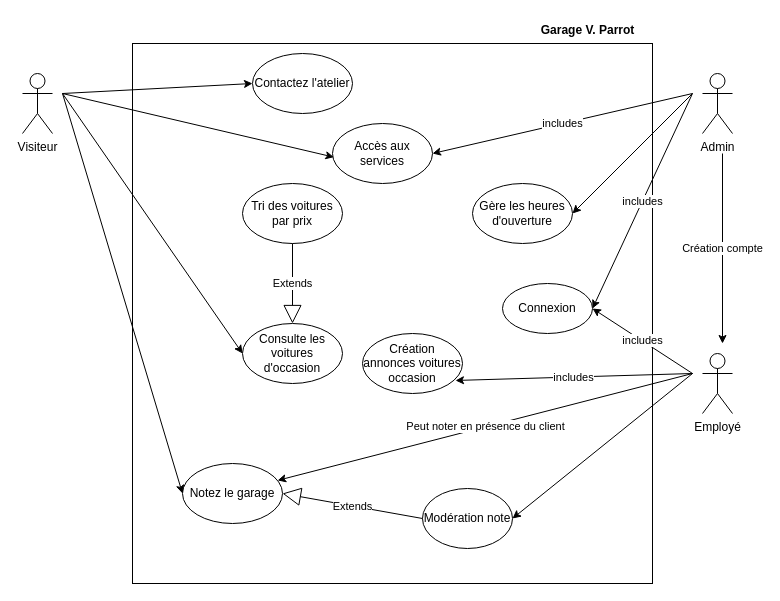
This is documents_complementaires/Diagram/Diagram_utilisation.drawio from Damtab83/my_garage_ecf, a draw.io file, before an edit. Source tidied: cells renumbered, new cells numbered last; positions are measured from the earlier drawing's top-left corner, leaving out a move shared by most shapes. Both pictures are drawn from the tidied source at 100%, with x=0, y=0 at pixel (22, 17).
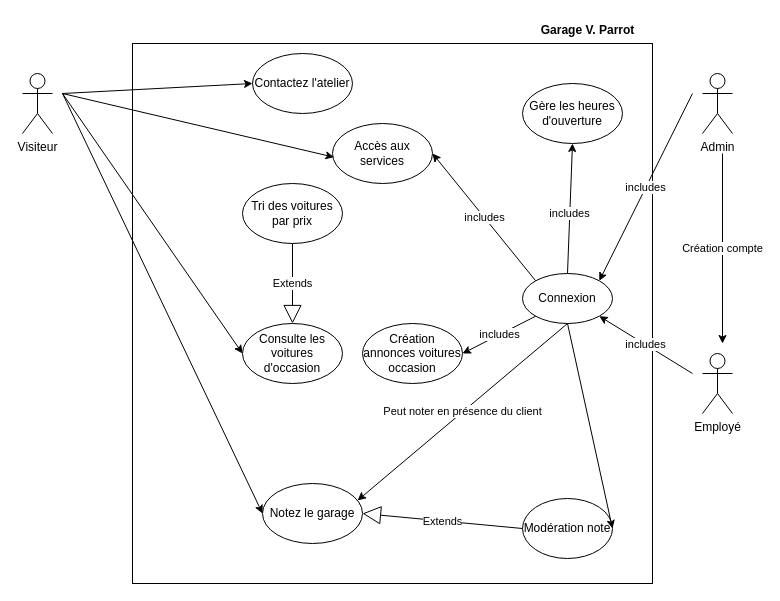
The same page after the edit.

Commit message (it also covers changes not shown here):
Modified User & Diagram, created Dockerfile for testing

Unchanged cells that the change refers to:
```xml
<mxCell id="4" value="Accès aux services" style="ellipse;whiteSpace=wrap;html=1;" parent="1" vertex="1">
  <mxGeometry x="310" y="106" width="100" height="60" as="geometry" />
</mxCell>
```

Change to the diagram source:
```diff
@@
     <mxCell id="9" value="Notez le garage" style="ellipse;whiteSpace=wrap;html=1;" parent="1" vertex="1">
-      <mxGeometry x="160" y="446" width="100" height="60" as="geometry" />
+      <mxGeometry x="240" y="466" width="100" height="60" as="geometry" />
     </mxCell>
@@
     <mxCell id="16" value="Gère les heures d'ouverture" style="ellipse;whiteSpace=wrap;html=1;" parent="1" vertex="1">
-      <mxGeometry x="450" y="166" width="100" height="60" as="geometry" />
+      <mxGeometry x="500" y="66" width="100" height="60" as="geometry" />
     </mxCell>
-    <mxCell id="17" style="endArrow=classic;html=1;rounded=0;entryX=1;entryY=0.5;entryDx=0;entryDy=0;" parent="1" edge="1" target="16">
-      <mxGeometry relative="1" as="geometry">
-        <mxPoint x="670" y="76" as="sourcePoint" />
-      </mxGeometry>
+    <mxCell id="17" style="endArrow=classic;html=1;rounded=0;entryX=0.5;entryY=1;entryDx=0;entryDy=0;exitX=0.5;exitY=0;exitDx=0;exitDy=0;" parent="1" edge="1" source="18" target="16">
+      <mxGeometry relative="1" as="geometry" />
     </mxCell>
+    <mxCell id="31" value="includes" style="edgeLabel;html=1;align=center;verticalAlign=middle;" parent="17" vertex="1">
+      <mxGeometry x="-0.06" y="1" relative="1" as="geometry" />
+    </mxCell>
     <mxCell id="18" value="Connexion" style="ellipse;whiteSpace=wrap;html=1;" parent="1" vertex="1">
-      <mxGeometry x="480" y="266" width="90" height="50" as="geometry" />
+      <mxGeometry x="500" y="256" width="90" height="50" as="geometry" />
     </mxCell>
-    <mxCell id="19" value="includes" style="endArrow=classic;html=1;rounded=0;entryX=1;entryY=0.5;entryDx=0;entryDy=0;" parent="1" edge="1" target="4">
-      <mxGeometry relative="1" as="geometry">
-        <mxPoint x="670" y="76" as="sourcePoint" />
-      </mxGeometry>
+    <mxCell id="19" value="includes" style="endArrow=classic;html=1;rounded=0;entryX=1;entryY=0.5;entryDx=0;entryDy=0;exitX=0;exitY=0;exitDx=0;exitDy=0;" parent="1" edge="1" source="18" target="4">
+      <mxGeometry relative="1" as="geometry" />
     </mxCell>
     <mxCell id="20" value="Modération note" style="ellipse;whiteSpace=wrap;html=1;" parent="1" vertex="1">
-      <mxGeometry x="400" y="471" width="90" height="60" as="geometry" />
+      <mxGeometry x="500" y="481" width="90" height="60" as="geometry" />
     </mxCell>
-    <mxCell id="21" style="endArrow=classic;html=1;rounded=0;entryX=1;entryY=0.5;entryDx=0;entryDy=0;" parent="1" edge="1" target="20">
-      <mxGeometry relative="1" as="geometry">
-        <mxPoint x="670" y="356" as="sourcePoint" />
-      </mxGeometry>
+    <mxCell id="21" style="endArrow=classic;html=1;rounded=0;entryX=1;entryY=0.5;entryDx=0;entryDy=0;exitX=0.5;exitY=1;exitDx=0;exitDy=0;" parent="1" edge="1" source="18" target="20">
+      <mxGeometry relative="1" as="geometry" />
     </mxCell>
@@
-    <mxCell id="23" value="includes" style="endArrow=classic;html=1;rounded=0;entryX=0.93;entryY=0.783;entryDx=0;entryDy=0;entryPerimeter=0;" parent="1" edge="1" target="30">
-      <mxGeometry relative="1" as="geometry">
-        <mxPoint x="670" y="356" as="sourcePoint" />
-      </mxGeometry>
+    <mxCell id="23" value="includes" style="endArrow=classic;html=1;rounded=0;entryX=1;entryY=0.5;entryDx=0;entryDy=0;exitX=0;exitY=1;exitDx=0;exitDy=0;" parent="1" edge="1" source="18" target="30">
+      <mxGeometry relative="1" as="geometry" />
     </mxCell>
-    <mxCell id="24" value="includes" style="endArrow=classic;html=1;rounded=0;entryX=1;entryY=0.5;entryDx=0;entryDy=0;" parent="1" edge="1" target="18">
+    <mxCell id="24" value="includes" style="endArrow=classic;html=1;rounded=0;entryX=1;entryY=1;entryDx=0;entryDy=0;" parent="1" edge="1" target="18">
       <mxGeometry relative="1" as="geometry">
         <mxPoint x="670" y="356" as="sourcePoint" />
       </mxGeometry>
     </mxCell>
-    <mxCell id="25" value="includes" style="endArrow=classic;html=1;rounded=0;entryX=1;entryY=0.5;entryDx=0;entryDy=0;" parent="1" edge="1" target="18">
+    <mxCell id="25" value="includes" style="endArrow=classic;html=1;rounded=0;entryX=1;entryY=0;entryDx=0;entryDy=0;" parent="1" edge="1" target="18">
       <mxGeometry relative="1" as="geometry">
         <mxPoint x="670" y="76" as="sourcePoint" />
       </mxGeometry>
     </mxCell>
@@
-    <mxCell id="29" value="Peut noter en présence du client" style="endArrow=classic;html=1;rounded=0;entryX=0.951;entryY=0.282;entryDx=0;entryDy=0;entryPerimeter=0;" parent="1" edge="1" target="9">
-      <mxGeometry relative="1" as="geometry">
-        <mxPoint x="670" y="356" as="sourcePoint" />
-      </mxGeometry>
+    <mxCell id="29" value="Peut noter en présence du client" style="endArrow=classic;html=1;rounded=0;entryX=0.951;entryY=0.282;entryDx=0;entryDy=0;entryPerimeter=0;exitX=0.5;exitY=1;exitDx=0;exitDy=0;" parent="1" edge="1" source="18" target="9">
+      <mxGeometry relative="1" as="geometry" />
     </mxCell>
     <mxCell id="30" value="Création annonces voitures occasion" style="ellipse;whiteSpace=wrap;html=1;" parent="1" vertex="1">
-      <mxGeometry x="340" y="316" width="100" height="60" as="geometry" />
+      <mxGeometry x="340" y="306" width="100" height="60" as="geometry" />
     </mxCell>
```
